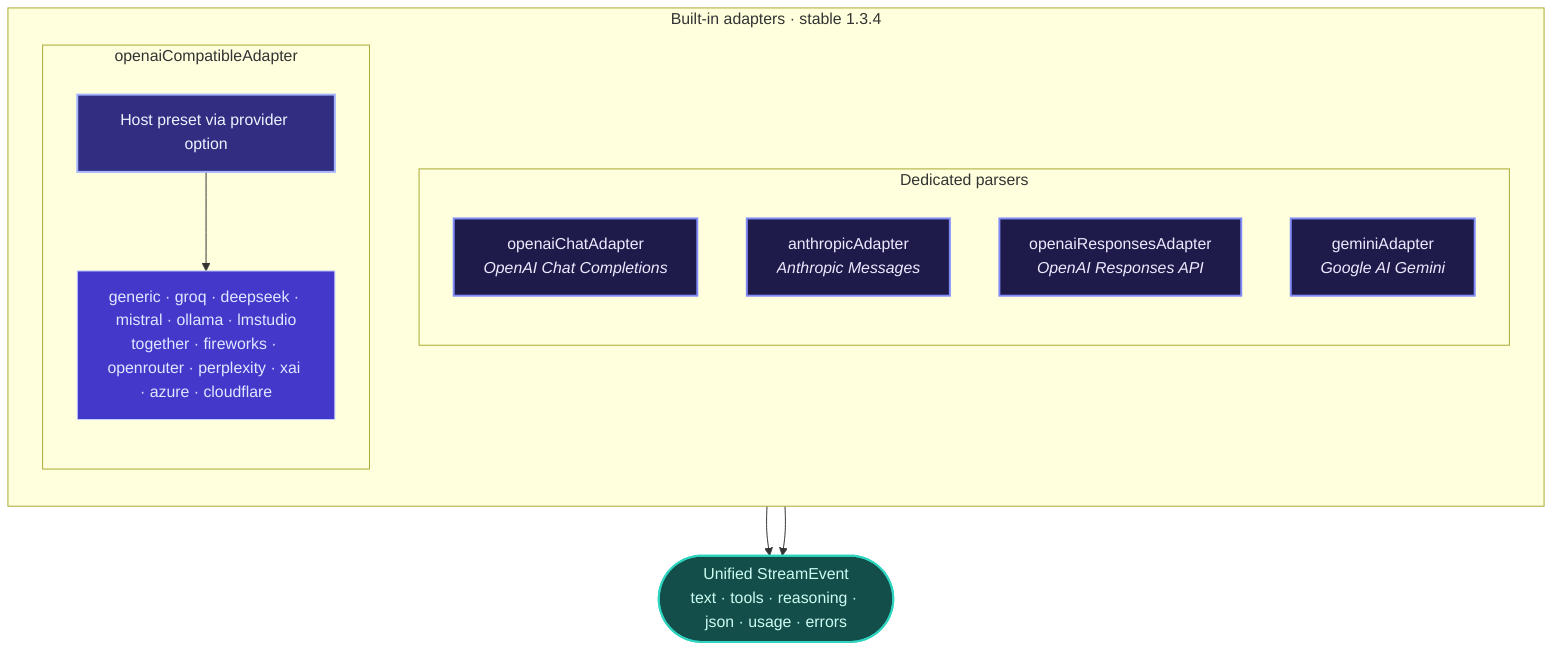
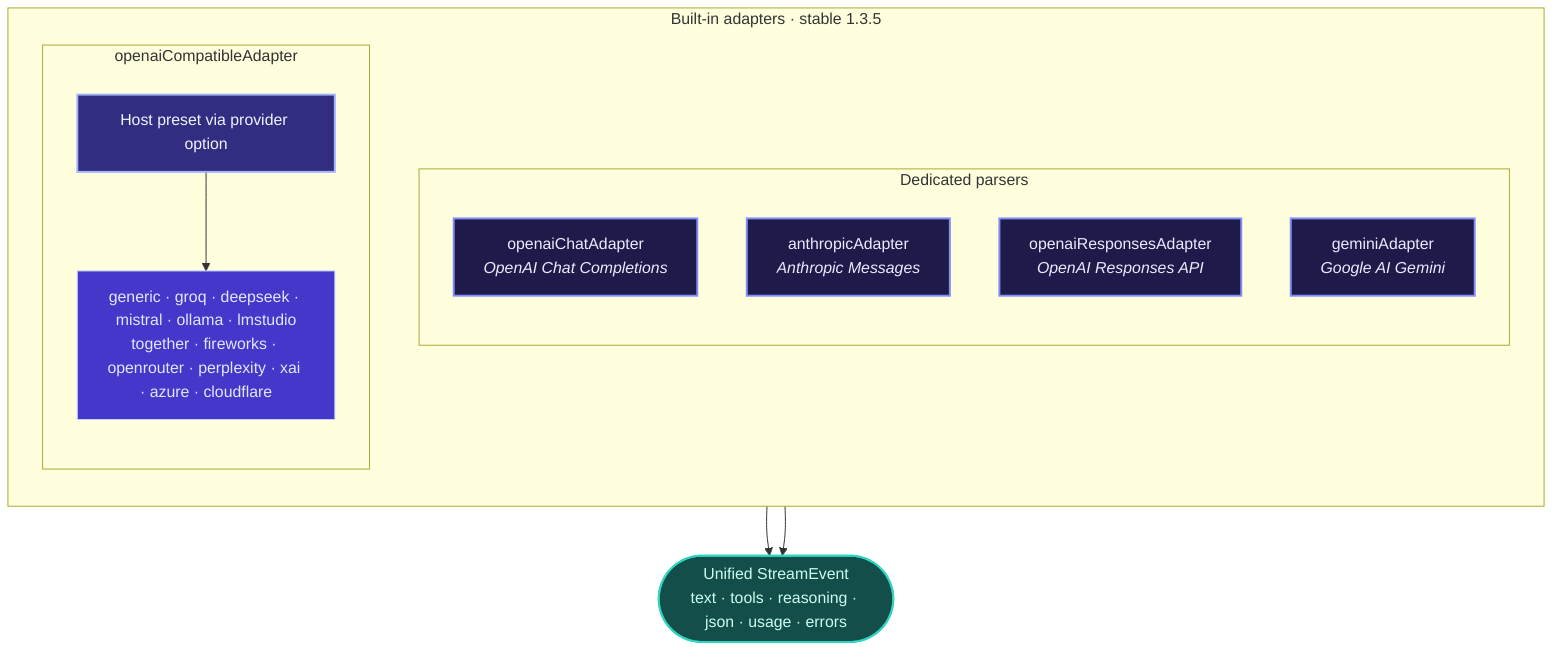
flowchart TB
- 	subgraph BUILTIN["Built-in adapters · stable 1.3.4"]
+ 	subgraph BUILTIN["Built-in adapters · stable 1.3.5"]
		direction TB

		subgraph DEDICATED["Dedicated parsers"]
			direction TB
			AC["openaiChatAdapter<br/><i>OpenAI Chat Completions</i>"]
			AA["anthropicAdapter<br/><i>Anthropic Messages</i>"]
			AR["openaiResponsesAdapter<br/><i>OpenAI Responses API</i>"]
			AG["geminiAdapter<br/><i>Google AI Gemini</i>"]
		end

		subgraph COMPAT["openaiCompatibleAdapter"]
			direction TB
			AO["Host preset via provider option"]
			PRESETS["generic · groq · deepseek · mistral · ollama · lmstudio<br/>together · fireworks · openrouter · perplexity · xai · azure · cloudflare"]
			AO --> PRESETS
		end
	end

	UNIFIED(["Unified StreamEvent<br/>text · tools · reasoning · json · usage · errors"])

	DEDICATED --> UNIFIED
	COMPAT --> UNIFIED

	classDef dedicated fill:#1e1b4b,stroke:#818cf8,stroke-width:2px,color:#ede9fe
	classDef compat fill:#312e81,stroke:#a5b4fc,stroke-width:2px,color:#eef2ff
	classDef presets fill:#4338ca,stroke:#c7d2fe,stroke-width:1px,color:#e0e7ff
	classDef out fill:#134e4a,stroke:#2dd4bf,stroke-width:2px,color:#ccfbf1

	class AC,AA,AR,AG dedicated
	class AO compat
	class PRESETS presets
	class UNIFIED out
